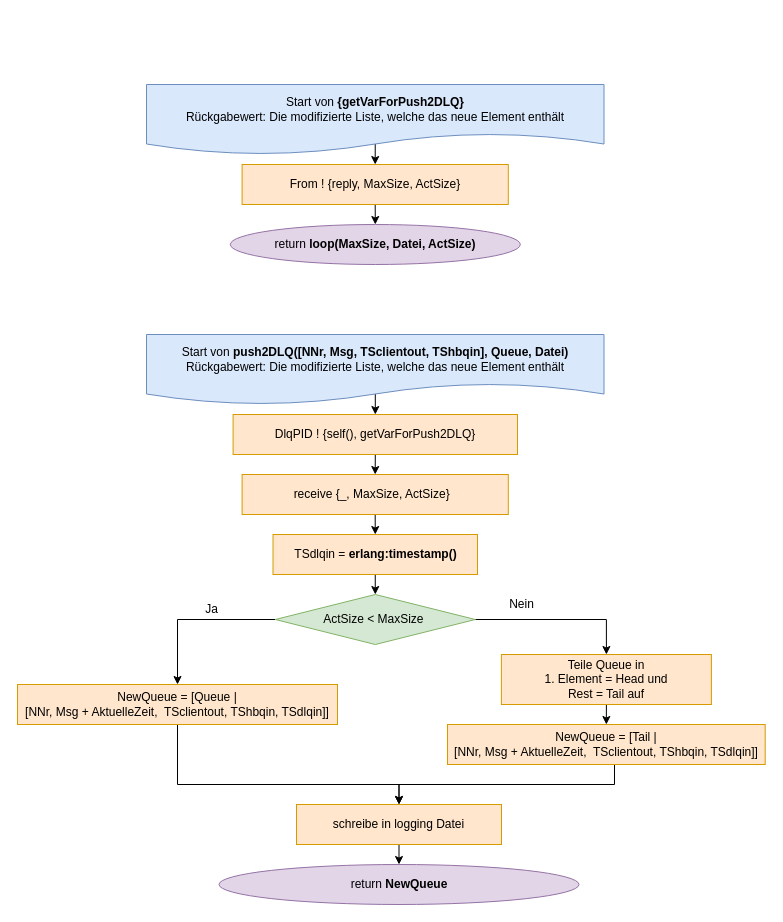
Earlier version of the draw.io diagram Grafiken:Bilder/draw.io/DLQ/4. push2DLQ.drawio (krisschaaf/Hausarbeit_Erlang_Queues). Source tidied: cells renumbered, new cells numbered last; positions are measured from the earlier drawing's top-left corner, leaving out a move shared by most shapes. Both pictures are drawn from the tidied source at 100%, with x=0, y=0 at pixel (17, 84).
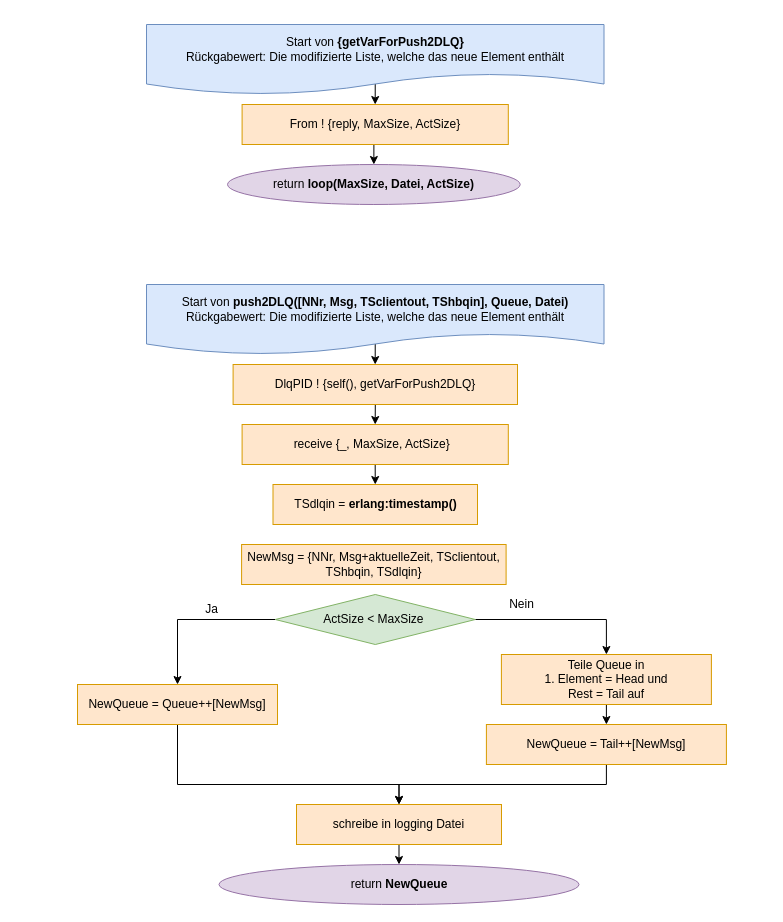
Above is the later version.

The change refers to these unchanged cells:
```xml
<mxCell id="10" value="&lt;span style=&quot;font-weight: normal&quot;&gt;ActSize &amp;lt; MaxSize&amp;nbsp;&lt;/span&gt;" style="rhombus;whiteSpace=wrap;html=1;rounded=0;fillColor=#d5e8d4;strokeColor=#82b366;fontStyle=1;" parent="1" vertex="1">
  <mxGeometry x="257.8" y="510" width="200" height="50" as="geometry" />
</mxCell>
<mxCell id="14" value="schreibe in logging Datei" style="rounded=0;whiteSpace=wrap;html=1;fillColor=#ffe6cc;strokeColor=#d79b00;" parent="1" vertex="1">
  <mxGeometry x="279" y="720" width="205" height="40" as="geometry" />
</mxCell>
```

The edit, as a diff of the source:
```diff
@@
     <mxCell id="2" style="edgeStyle=orthogonalEdgeStyle;rounded=0;jettySize=auto;html=1;exitX=0.5;exitY=0;exitDx=0;exitDy=0;entryX=0.5;entryY=0;entryDx=0;entryDy=0;" parent="1" edge="1" source="3" target="28">
       <mxGeometry relative="1" as="geometry">
         <Array as="points">
-          <mxPoint x="358" y="10" />
-          <mxPoint x="358" y="10" />
+          <mxPoint x="358" y="-50" />
+          <mxPoint x="358" y="-50" />
         </Array>
       </mxGeometry>
     </mxCell>
     <mxCell id="3" value="Start von &lt;b&gt;{getVarForPush2DLQ}&lt;/b&gt;&lt;br&gt;Rückgabewert: Die modifizierte Liste, welche das neue Element enthält" style="shape=document;whiteSpace=wrap;html=1;boundedLbl=1;fillColor=#dae8fc;strokeColor=#6c8ebf;" parent="1" vertex="1">
-      <mxGeometry x="129" width="457.5" height="70" as="geometry" />
+      <mxGeometry x="129" y="-60" width="457.5" height="70" as="geometry" />
     </mxCell>
-    <mxCell id="4" style="edgeStyle=orthogonalEdgeStyle;rounded=0;jettySize=auto;html=1;exitX=0.5;exitY=1;exitDx=0;exitDy=0;entryX=0.5;entryY=0;entryDx=0;entryDy=0;" parent="1" edge="1" source="5" target="10">
-      <mxGeometry relative="1" as="geometry" />
-    </mxCell>
     <mxCell id="5" value="TSdlqin = &lt;b&gt;erlang:timestamp()&lt;/b&gt;" style="rounded=0;whiteSpace=wrap;html=1;fillColor=#ffe6cc;strokeColor=#d79b00;" parent="1" vertex="1">
-      <mxGeometry x="255.5" y="450" width="204.5" height="40" as="geometry" />
+      <mxGeometry x="255.5" y="400" width="204.5" height="40" as="geometry" />
     </mxCell>
@@
-    <mxCell id="15" style="edgeStyle=orthogonalEdgeStyle;rounded=0;jettySize=auto;html=1;exitX=0.5;exitY=0;exitDx=0;exitDy=0;entryX=0.5;entryY=0;entryDx=0;entryDy=0;" parent="1" edge="1" source="16" target="18">
+    <mxCell id="15" style="edgeStyle=orthogonalEdgeStyle;rounded=0;jettySize=auto;html=1;exitX=0.5;exitY=0;exitDx=0;exitDy=0;entryX=0.5;entryY=0;entryDx=0;entryDy=0;" parent="1" edge="1" source="16">
       <mxGeometry relative="1" as="geometry">
+        <mxPoint x="357.7" y="280" as="targetPoint" />
         <Array as="points">
-          <mxPoint x="358" y="260" />
-          <mxPoint x="358" y="260" />
+          <mxPoint x="358" y="210" />
+          <mxPoint x="358" y="210" />
         </Array>
       </mxGeometry>
     </mxCell>
     <mxCell id="16" value="Start von &lt;b&gt;push2DLQ([NNr, Msg, TSclientout, TShbqin], Queue, Datei)&lt;/b&gt;&lt;br&gt;Rückgabewert: Die modifizierte Liste, welche das neue Element enthält" style="shape=document;whiteSpace=wrap;html=1;boundedLbl=1;fillColor=#dae8fc;strokeColor=#6c8ebf;" parent="1" vertex="1">
-      <mxGeometry x="129" y="250" width="457.5" height="70" as="geometry" />
+      <mxGeometry x="129" y="200" width="457.5" height="70" as="geometry" />
     </mxCell>
@@
     <mxCell id="18" value="DlqPID ! {self(), getVarForPush2DLQ}" style="rounded=0;whiteSpace=wrap;html=1;fillColor=#ffe6cc;strokeColor=#d79b00;" parent="1" vertex="1">
-      <mxGeometry x="215.6" y="330" width="284.4" height="40" as="geometry" />
+      <mxGeometry x="215.6" y="280" width="284.4" height="40" as="geometry" />
     </mxCell>
     <mxCell id="19" value="return &lt;b&gt;loop(MaxSize, Datei, ActSize)&lt;/b&gt;" style="ellipse;whiteSpace=wrap;html=1;rounded=0;fillColor=#e1d5e7;strokeColor=#9673a6;" parent="1" vertex="1">
-      <mxGeometry x="212.8" y="140" width="290" height="40" as="geometry" />
+      <mxGeometry x="210" y="80" width="292.7" height="40" as="geometry" />
     </mxCell>
@@
     <mxCell id="21" value="receive {_, MaxSize, ActSize}&amp;nbsp;&amp;nbsp;" style="rounded=0;whiteSpace=wrap;html=1;fillColor=#ffe6cc;strokeColor=#d79b00;" parent="1" vertex="1">
-      <mxGeometry x="224.6" y="390" width="266.2" height="40" as="geometry" />
+      <mxGeometry x="224.6" y="340" width="266.2" height="40" as="geometry" />
     </mxCell>
@@
-    <mxCell id="23" value="NewQueue =&amp;nbsp;[Queue | &lt;br&gt;[NNr, Msg + AktuelleZeit,&amp;nbsp; TSclientout, TShbqin, TSdlqin]]" style="rounded=0;whiteSpace=wrap;html=1;fillColor=#ffe6cc;strokeColor=#d79b00;" parent="1" vertex="1">
-      <mxGeometry y="600" width="320" height="40" as="geometry" />
+    <mxCell id="23" value="NewQueue = Queue++[NewMsg]" style="rounded=0;whiteSpace=wrap;html=1;fillColor=#ffe6cc;strokeColor=#d79b00;" parent="1" vertex="1">
+      <mxGeometry x="60" y="600" width="200" height="40" as="geometry" />
     </mxCell>
     <mxCell id="24" style="edgeStyle=orthogonalEdgeStyle;rounded=0;jettySize=auto;html=1;exitX=0.5;exitY=1;exitDx=0;exitDy=0;entryX=0.5;entryY=0;entryDx=0;entryDy=0;" parent="1" edge="1" source="25" target="14">
       <mxGeometry relative="1" as="geometry">
         <Array as="points">
-          <mxPoint x="597" y="700" />
+          <mxPoint x="589" y="700" />
           <mxPoint x="382" y="700" />
         </Array>
       </mxGeometry>
     </mxCell>
-    <mxCell id="25" value="NewQueue =&amp;nbsp;[Tail | &lt;br&gt;[NNr, Msg + AktuelleZeit,&amp;nbsp; TSclientout, TShbqin, TSdlqin]]" style="rounded=0;whiteSpace=wrap;html=1;fillColor=#ffe6cc;strokeColor=#d79b00;" parent="1" vertex="1">
-      <mxGeometry x="430" y="640" width="317.7" height="40" as="geometry" />
+    <mxCell id="25" value="NewQueue = Tail++[NewMsg]" style="rounded=0;whiteSpace=wrap;html=1;fillColor=#ffe6cc;strokeColor=#d79b00;" parent="1" vertex="1">
+      <mxGeometry x="468.9" y="640" width="240" height="40" as="geometry" />
     </mxCell>
@@
     <mxCell id="28" value="From ! {reply, MaxSize, ActSize}" style="rounded=0;whiteSpace=wrap;html=1;fillColor=#ffe6cc;strokeColor=#d79b00;" parent="1" vertex="1">
-      <mxGeometry x="224.6" y="80" width="266.2" height="40" as="geometry" />
+      <mxGeometry x="224.6" y="20" width="266.2" height="40" as="geometry" />
     </mxCell>
+    <mxCell id="29" value="NewMsg = {NNr, Msg+aktuelleZeit, TSclientout, TShbqin, TSdlqin}" style="rounded=0;whiteSpace=wrap;html=1;fillColor=#ffe6cc;strokeColor=#d79b00;" parent="1" vertex="1">
+      <mxGeometry x="224.1" y="460" width="264.5" height="40" as="geometry" />
+    </mxCell>
```
